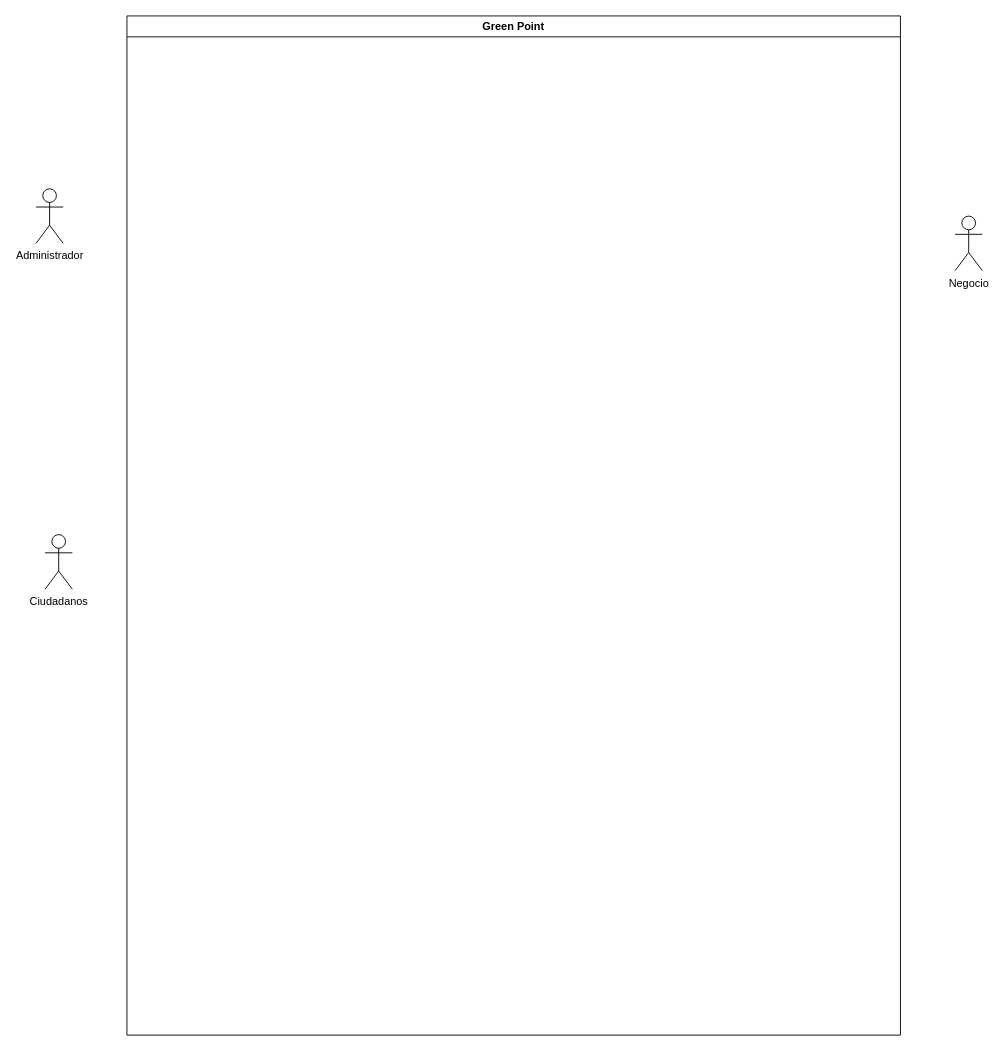
This is Documentation/Green Point - Casos de Uso.drawio from Zydell/GreenPoint, a draw.io file, before an edit. Source tidied: cells renumbered, new cells numbered last; positions are measured from the earlier drawing's top-left corner, leaving out a move shared by most shapes. Both pictures are drawn from the tidied source at 91%, with x=0, y=0 at pixel (35, 15).
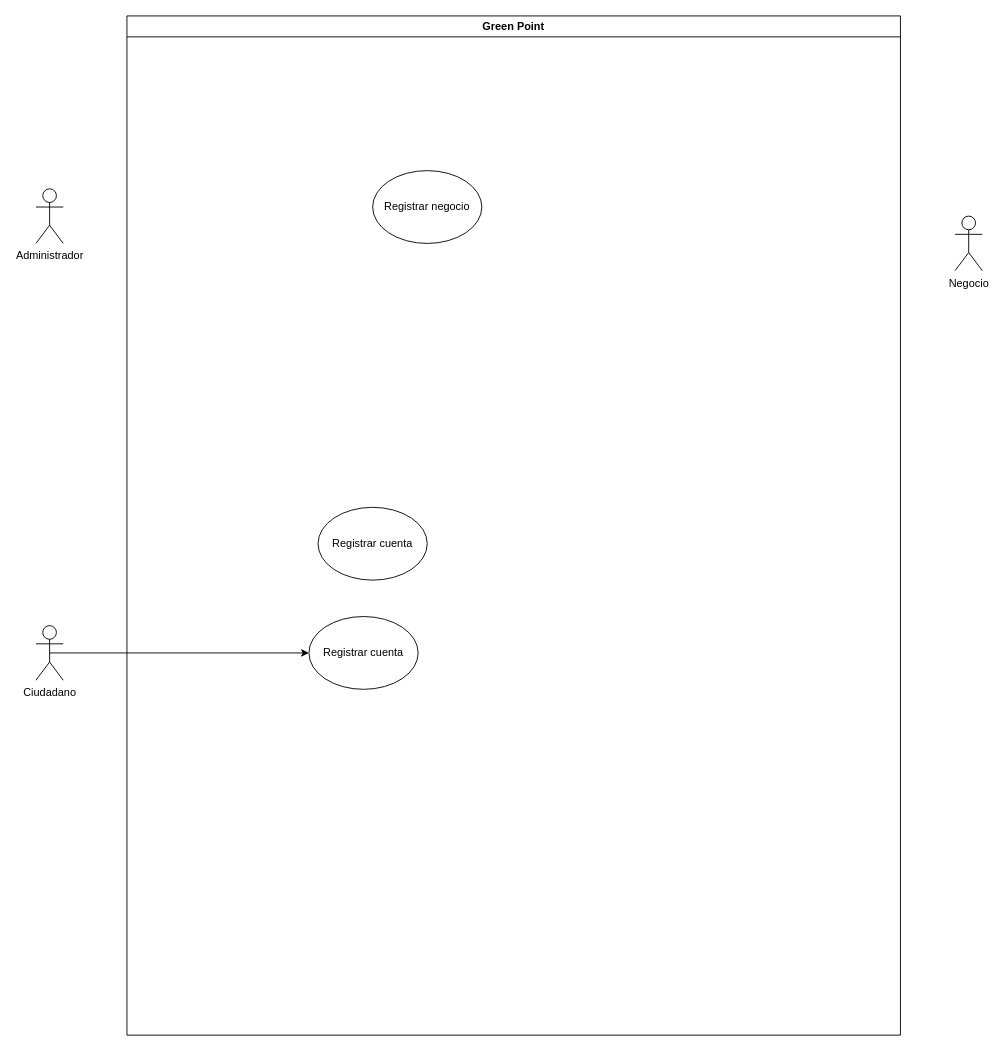
After the change.

The edit, as a diff of the source:
```diff
@@
 <mxGraphModel>
   <root>
     <mxCell id="0" />
     <mxCell id="1" parent="0" />
     <mxCell id="2" value="Green Point" style="swimlane;whiteSpace=wrap;html=1;" parent="1" vertex="1">
       <mxGeometry x="100" width="850" height="1120" as="geometry" />
     </mxCell>
+    <mxCell id="6" value="Registrar negocio" style="ellipse;whiteSpace=wrap;html=1;" parent="2" vertex="1">
+      <mxGeometry x="270" y="170" width="120" height="80" as="geometry" />
+    </mxCell>
+    <mxCell id="7" value="Registrar cuenta" style="ellipse;whiteSpace=wrap;html=1;" parent="2" vertex="1">
+      <mxGeometry x="200" y="660" width="120" height="80" as="geometry" />
+    </mxCell>
+    <mxCell id="8" value="Registrar cuenta" style="ellipse;whiteSpace=wrap;html=1;" parent="2" vertex="1">
+      <mxGeometry x="210" y="540" width="120" height="80" as="geometry" />
+    </mxCell>
     <mxCell id="3" value="Administrador" style="shape=umlActor;verticalLabelPosition=bottom;verticalAlign=top;html=1;" parent="1" vertex="1">
       <mxGeometry y="190" width="30" height="60" as="geometry" />
     </mxCell>
     <mxCell id="4" value="Negocio" style="shape=umlActor;verticalLabelPosition=bottom;verticalAlign=top;html=1;" parent="1" vertex="1">
       <mxGeometry x="1010" y="220" width="30" height="60" as="geometry" />
     </mxCell>
+    <mxCell id="9" style="edgeStyle=orthogonalEdgeStyle;rounded=0;jettySize=auto;html=1;exitX=0.5;exitY=0.5;exitDx=0;exitDy=0;exitPerimeter=0;entryX=0;entryY=0.5;entryDx=0;entryDy=0;" parent="1" edge="1" source="5" target="7">
+      <mxGeometry relative="1" as="geometry" />
+    </mxCell>
-    <mxCell id="5" value="Ciudadanos" style="shape=umlActor;verticalLabelPosition=bottom;verticalAlign=top;html=1;outlineConnect=0;" parent="1" vertex="1">
-      <mxGeometry x="10" y="570" width="30" height="60" as="geometry" />
+    <mxCell id="5" value="Ciudadano" style="shape=umlActor;verticalLabelPosition=bottom;verticalAlign=top;html=1;outlineConnect=0;" parent="1" vertex="1">
+      <mxGeometry y="670" width="30" height="60" as="geometry" />
     </mxCell>
   </root>
 </mxGraphModel>
```
